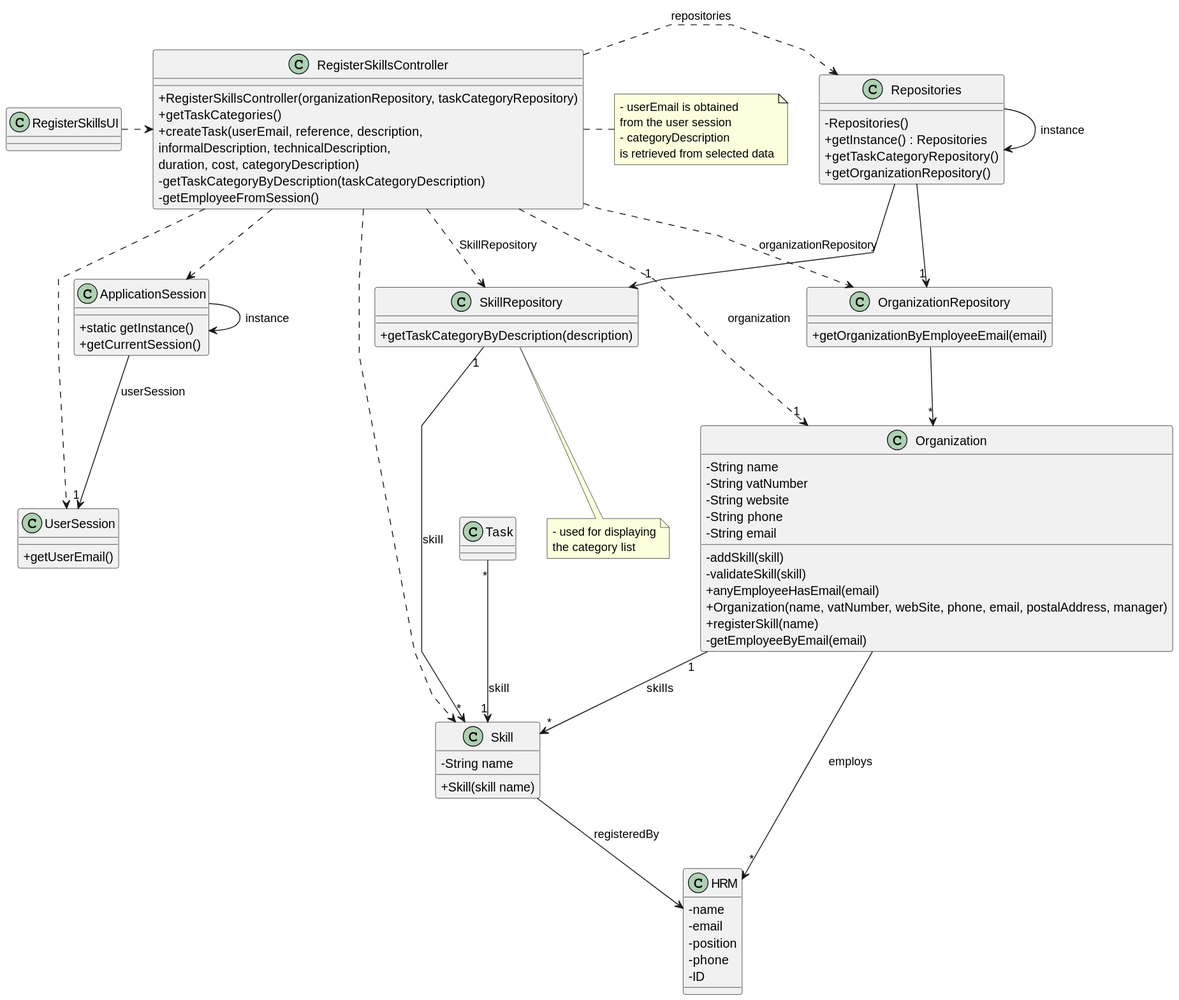
This is docs/sprintB/us001/03.design/svg/us001-class-diagram.svg from Departamento-de-Engenharia-Informatica/lei-24-s2-1dl-g121, a PlantUML export, as it was before one commit. Source of this version:
```plantuml
@startuml
skinparam packageStyle rectangle
skinparam shadowing false
skinparam linetype polyline

skinparam classAttributeIconSize 0


class ApplicationSession
{
    + static getInstance()
    + getCurrentSession()
}

class UserSession
{
    + getUserEmail()
}

class HRM {
    - name
    - email
    - position
    - phone
    - ID
}

class Skill {
    - String name

    + Skill(skill name)
}


class Organization {
    - String name
    - String vatNumber
    - String website
    - String phone
    - String email

    - addSkill(skill)
    - validateSkill(skill)
    + anyEmployeeHasEmail(email)
    + Organization(name, vatNumber, webSite, phone, email, postalAddress, manager)
    + registerSkill(name)
    - getEmployeeByEmail(email)

}

class SkillRepository {
    + getTaskCategoryByDescription(description)
}

class OrganizationRepository {
    + getOrganizationByEmployeeEmail(email)
}

class Repositories {
    - Repositories()
    + getInstance() : Repositories
    + getTaskCategoryRepository()
    + getOrganizationRepository()
}

class RegisterSkillsController {
    + RegisterSkillsController(organizationRepository, taskCategoryRepository)
    + getTaskCategories()
    + createTask(userEmail, reference, description,\ninformalDescription, technicalDescription,\nduration, cost, categoryDescription)
    - getTaskCategoryByDescription(taskCategoryDescription)
    - getEmployeeFromSession()
}

note right of RegisterSkillsController
    - userEmail is obtained
    from the user session
    - categoryDescription
    is retrieved from selected data
end note

note bottom of SkillRepository
    - used for displaying
    the category list
end note

class RegisterSkillsUI {
}

Repositories -> Repositories : instance
ApplicationSession -> ApplicationSession : instance

RegisterSkillsUI .> RegisterSkillsController

RegisterSkillsController .> Repositories : repositories

Repositories -> "1" SkillRepository

RegisterSkillsController ..> Skill
RegisterSkillsController ..> OrganizationRepository : organizationRepository
RegisterSkillsController ..> SkillRepository : SkillRepository

Repositories --> "1" OrganizationRepository

OrganizationRepository --> "*" Organization
ApplicationSession --> "1" UserSession : userSession

RegisterSkillsController ..> "1" Organization : organization
RegisterSkillsController ..> ApplicationSession
RegisterSkillsController ..> UserSession
Task "*" --> "1" Skill : skill
SkillRepository "1" --> "*" Skill : skill
Organization "1" --> "*" Skill : skills
Skill --> HRM : registeredBy

Organization --> "*" HRM : employs
@enduml
```
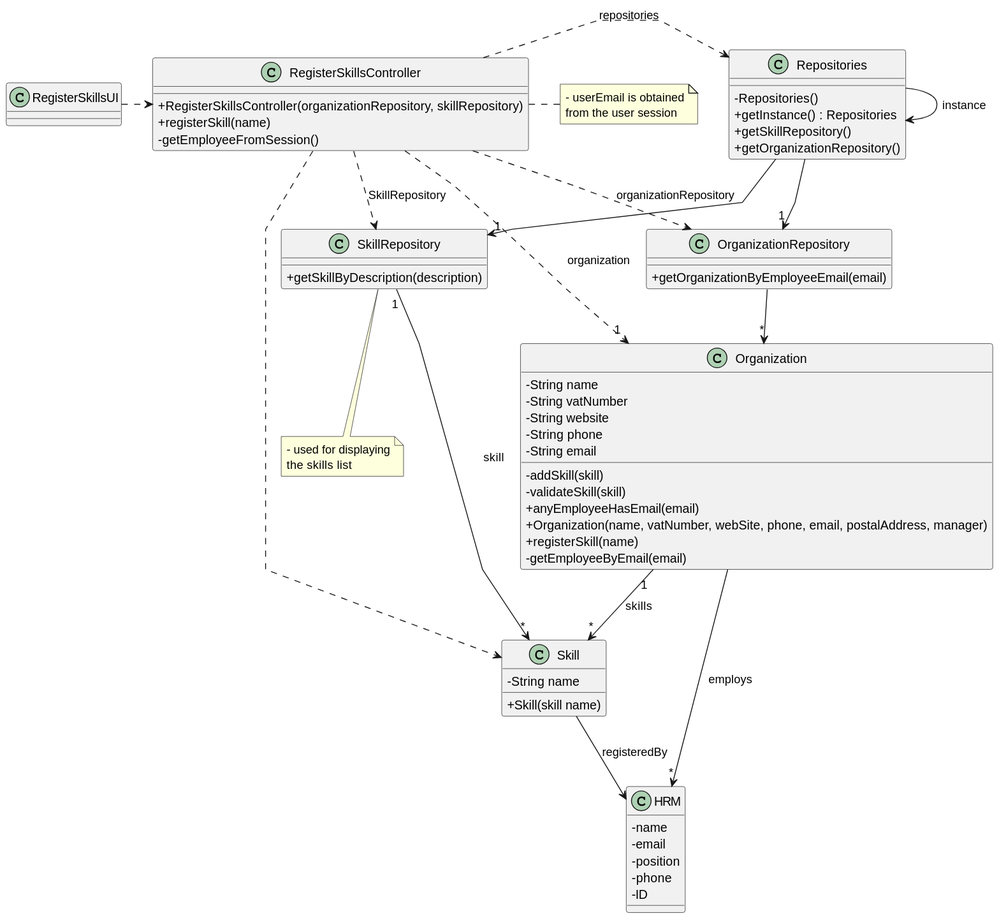
The same file after the commit.

Commit message:
us01 class diagram and sd svgs updated

Change to the diagram source:
```diff
@@ -6,16 +6,6 @@
 skinparam classAttributeIconSize 0
 
 
-class ApplicationSession
-{
-    + static getInstance()
-    + getCurrentSession()
-}
-
-class UserSession
-{
-    + getUserEmail()
-}
 
 class HRM {
     - name
@@ -49,7 +39,7 @@
 }
 
 class SkillRepository {
-    + getTaskCategoryByDescription(description)
+    + getSkillByDescription(description)
 }
 
 class OrganizationRepository {
@@ -59,35 +49,30 @@
 class Repositories {
     - Repositories()
     + getInstance() : Repositories
-    + getTaskCategoryRepository()
+    + getSkillRepository()
     + getOrganizationRepository()
 }
 
 class RegisterSkillsController {
-    + RegisterSkillsController(organizationRepository, taskCategoryRepository)
-    + getTaskCategories()
-    + createTask(userEmail, reference, description,\ninformalDescription, technicalDescription,\nduration, cost, categoryDescription)
-    - getTaskCategoryByDescription(taskCategoryDescription)
+    + RegisterSkillsController(organizationRepository, skillRepository)
+    + registerSkill(name)
     - getEmployeeFromSession()
 }
 
 note right of RegisterSkillsController
     - userEmail is obtained
     from the user session
-    - categoryDescription
-    is retrieved from selected data
 end note
 
 note bottom of SkillRepository
     - used for displaying
-    the category list
+    the skills list
 end note
 
 class RegisterSkillsUI {
 }
 
 Repositories -> Repositories : instance
-ApplicationSession -> ApplicationSession : instance
 
 RegisterSkillsUI .> RegisterSkillsController
 
@@ -102,12 +87,8 @@
 Repositories --> "1" OrganizationRepository
 
 OrganizationRepository --> "*" Organization
-ApplicationSession --> "1" UserSession : userSession
 
 RegisterSkillsController ..> "1" Organization : organization
-RegisterSkillsController ..> ApplicationSession
-RegisterSkillsController ..> UserSession
-Task "*" --> "1" Skill : skill
 SkillRepository "1" --> "*" Skill : skill
 Organization "1" --> "*" Skill : skills
 Skill --> HRM : registeredBy
```
